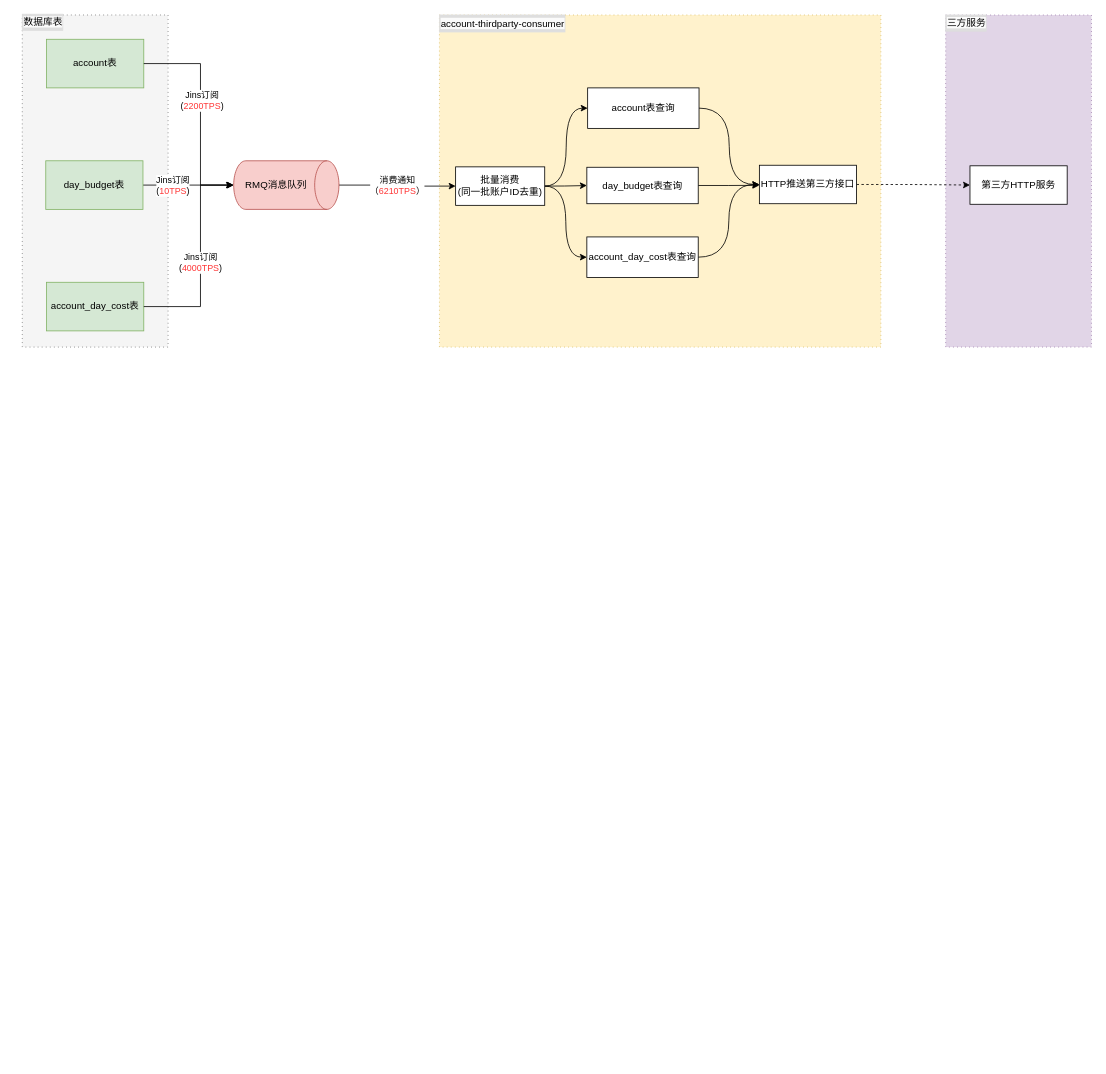
This is 账务变更通知架构图.drawio from qiangyin/zipkin-server, a draw.io file, before an edit. Source tidied: cells renumbered, new cells numbered last; positions are measured from the earlier drawing's top-left corner, leaving out a move shared by most shapes. Both pictures are drawn from the tidied source at 81%, with x=0, y=0 at pixel (22, 14).
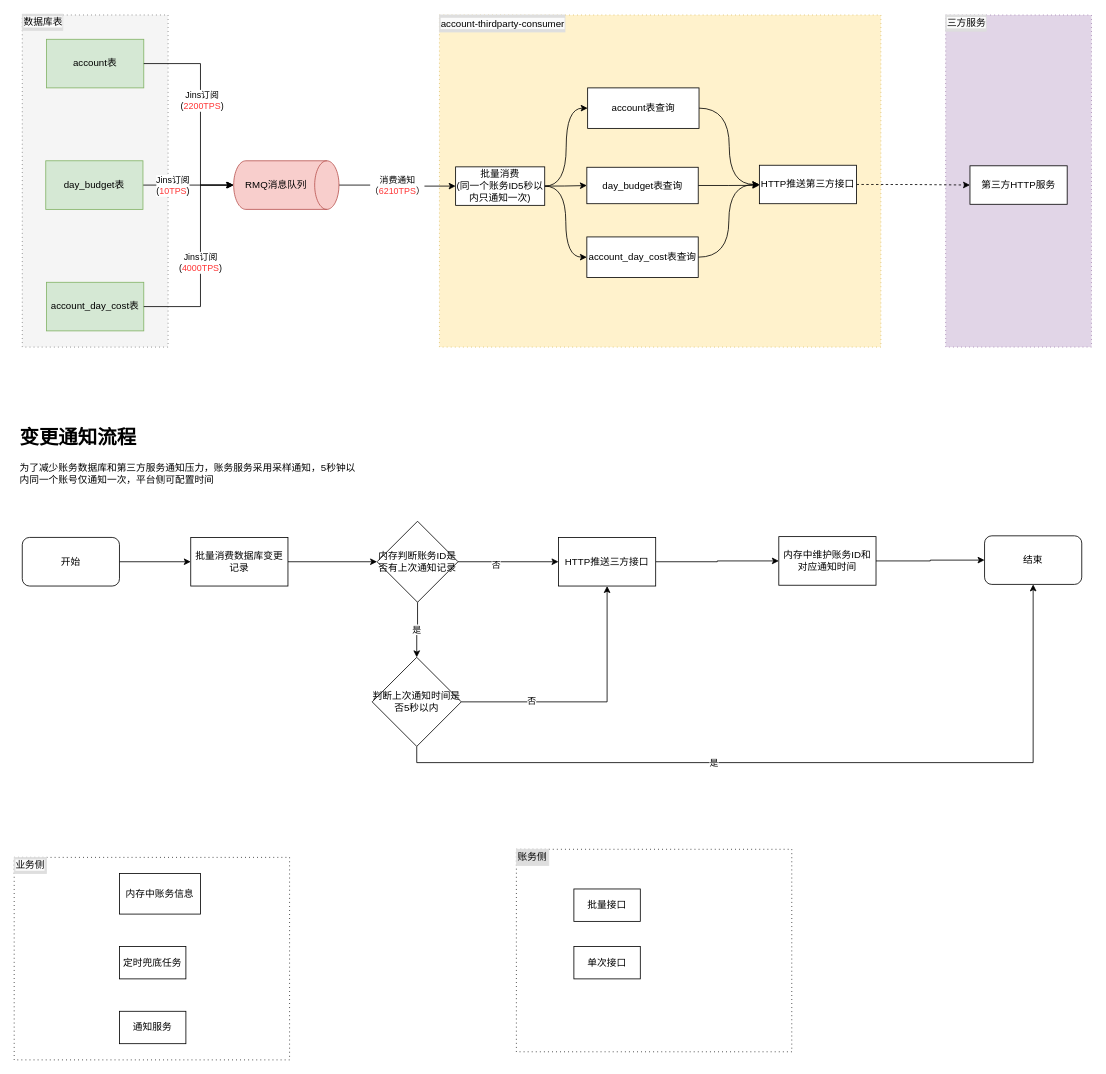
Above is the later version.

Commit message (it also covers changes not shown here):
更新账务变更通知架构图.drawio

The edit, as a diff of the source:
```diff
@@
-    <mxCell id="26" value="批量消费&lt;br&gt;(同一批账户ID去重)" style="rounded=0;whiteSpace=wrap;html=1;" parent="1" vertex="1">
+    <mxCell id="26" value="批量消费&lt;br&gt;(同一个账务ID5秒以内只通知一次)" style="rounded=0;whiteSpace=wrap;html=1;" parent="1" vertex="1">
       <mxGeometry x="535" y="188.5" width="110" height="47.5" as="geometry" />
     </mxCell>
@@
+    <mxCell id="32" style="edgeStyle=orthogonalEdgeStyle;rounded=0;jettySize=auto;html=1;exitX=1;exitY=0.5;exitDx=0;exitDy=0;entryX=0;entryY=0.5;entryDx=0;entryDy=0;" parent="1" edge="1" source="35" target="39">
+      <mxGeometry relative="1" as="geometry" />
+    </mxCell>
+    <mxCell id="33" style="edgeStyle=orthogonalEdgeStyle;rounded=0;jettySize=auto;html=1;exitX=1;exitY=0.5;exitDx=0;exitDy=0;entryX=0;entryY=0.5;entryDx=0;entryDy=0;" parent="1" edge="1" source="34" target="35">
+      <mxGeometry relative="1" as="geometry" />
+    </mxCell>
+    <mxCell id="34" value="开始" style="rounded=1;whiteSpace=wrap;html=1;" parent="1" vertex="1">
+      <mxGeometry y="646" width="120" height="60" as="geometry" />
+    </mxCell>
+    <mxCell id="35" value="批量消费数据库变更记录" style="rounded=0;whiteSpace=wrap;html=1;" parent="1" vertex="1">
+      <mxGeometry x="208" y="646" width="120" height="60" as="geometry" />
+    </mxCell>
+    <mxCell id="36" style="edgeStyle=orthogonalEdgeStyle;rounded=0;jettySize=auto;html=1;exitX=1;exitY=0.5;exitDx=0;exitDy=0;entryX=0;entryY=0.5;entryDx=0;entryDy=0;" parent="1" edge="1" source="39" target="47">
+      <mxGeometry relative="1" as="geometry" />
+    </mxCell>
+    <mxCell id="37" value="否" style="edgeLabel;html=1;align=center;verticalAlign=middle;" parent="36" vertex="1">
+      <mxGeometry x="-0.26" y="-3" relative="1" as="geometry" />
+    </mxCell>
+    <mxCell id="38" value="是" style="edgeStyle=orthogonalEdgeStyle;rounded=0;jettySize=auto;html=1;exitX=0.5;exitY=1;exitDx=0;exitDy=0;entryX=0.5;entryY=0;entryDx=0;entryDy=0;" parent="1" edge="1" source="39" target="45">
+      <mxGeometry relative="1" as="geometry" />
+    </mxCell>
+    <mxCell id="39" value="内存判断账务ID是否有上次通知记录" style="rhombus;whiteSpace=wrap;html=1;" parent="1" vertex="1">
+      <mxGeometry x="438" y="626" width="100" height="100" as="geometry" />
+    </mxCell>
+    <mxCell id="40" value="结束" style="rounded=1;whiteSpace=wrap;html=1;" parent="1" vertex="1">
+      <mxGeometry x="1188" y="644" width="120" height="60" as="geometry" />
+    </mxCell>
+    <mxCell id="41" style="edgeStyle=orthogonalEdgeStyle;rounded=0;jettySize=auto;html=1;exitX=1;exitY=0.5;exitDx=0;exitDy=0;entryX=0.5;entryY=1;entryDx=0;entryDy=0;" parent="1" edge="1" source="45" target="47">
+      <mxGeometry relative="1" as="geometry" />
+    </mxCell>
+    <mxCell id="42" value="否" style="edgeLabel;html=1;align=center;verticalAlign=middle;" parent="41" vertex="1">
+      <mxGeometry x="-0.34" y="2" relative="1" as="geometry">
+        <mxPoint x="-21" as="offset" />
+      </mxGeometry>
+    </mxCell>
+    <mxCell id="43" style="edgeStyle=orthogonalEdgeStyle;rounded=0;jettySize=auto;html=1;exitX=0.5;exitY=1;exitDx=0;exitDy=0;entryX=0.5;entryY=1;entryDx=0;entryDy=0;" parent="1" edge="1" source="45" target="40">
+      <mxGeometry relative="1" as="geometry" />
+    </mxCell>
+    <mxCell id="44" value="是" style="edgeLabel;html=1;align=center;verticalAlign=middle;" parent="43" vertex="1">
+      <mxGeometry x="-0.23" y="-5" relative="1" as="geometry">
+        <mxPoint x="1" y="-5" as="offset" />
+      </mxGeometry>
+    </mxCell>
+    <mxCell id="45" value="判断上次通知时间是否5秒以内" style="rhombus;whiteSpace=wrap;html=1;" parent="1" vertex="1">
+      <mxGeometry x="432" y="794" width="110" height="110" as="geometry" />
+    </mxCell>
+    <mxCell id="46" style="edgeStyle=orthogonalEdgeStyle;rounded=0;jettySize=auto;html=1;" parent="1" edge="1" source="47" target="49">
+      <mxGeometry relative="1" as="geometry" />
+    </mxCell>
+    <mxCell id="47" value="HTTP推送三方接口" style="whiteSpace=wrap;html=1;" parent="1" vertex="1">
+      <mxGeometry x="662" y="646" width="120" height="60" as="geometry" />
+    </mxCell>
+    <mxCell id="48" style="edgeStyle=orthogonalEdgeStyle;rounded=0;jettySize=auto;html=1;exitX=1;exitY=0.5;exitDx=0;exitDy=0;entryX=0;entryY=0.5;entryDx=0;entryDy=0;" parent="1" edge="1" source="49" target="40">
+      <mxGeometry relative="1" as="geometry" />
+    </mxCell>
+    <mxCell id="49" value="内存中维护账务ID和对应通知时间" style="whiteSpace=wrap;html=1;" parent="1" vertex="1">
+      <mxGeometry x="934" y="645" width="120" height="60" as="geometry" />
+    </mxCell>
+    <mxCell id="50" value="&lt;h1 style=&quot;margin-top: 0px;&quot;&gt;变更通知流程&lt;/h1&gt;&lt;p&gt;为了减少账务数据库和第三方服务通知压力，账务服务采用采样通知，5秒钟以内同一个账号仅通知一次，平台侧可配置时间&lt;/p&gt;" style="text;html=1;whiteSpace=wrap;overflow=hidden;rounded=0;" parent="1" vertex="1">
+      <mxGeometry x="-5" y="502" width="420" height="95" as="geometry" />
+    </mxCell>
+    <mxCell id="51" style="rounded=0;whiteSpace=wrap;html=1;dashed=1;dashPattern=1 4;" parent="1" vertex="1">
+      <mxGeometry x="-10" y="1041" width="340" height="250" as="geometry" />
+    </mxCell>
+    <mxCell id="52" value="&lt;span style=&quot;color: rgb(0, 0, 0); font-family: Helvetica; font-size: 12px; font-style: normal; font-variant-ligatures: normal; font-variant-caps: normal; font-weight: 400; letter-spacing: normal; orphans: 2; text-indent: 0px; text-transform: none; widows: 2; word-spacing: 0px; -webkit-text-stroke-width: 0px; white-space: normal; background-color: rgb(251, 251, 251); text-decoration-thickness: initial; text-decoration-style: initial; text-decoration-color: initial; float: none; display: inline !important;&quot;&gt;业务侧&lt;/span&gt;" style="text;html=1;align=left;verticalAlign=middle;whiteSpace=wrap;rounded=0;fillColor=#DEDEDE;strokeColor=#DEDEDE;fontColor=#333333;" parent="1" vertex="1">
+      <mxGeometry x="-10" y="1041" width="40" height="20" as="geometry" />
+    </mxCell>
+    <mxCell id="53" style="rounded=0;whiteSpace=wrap;html=1;dashed=1;dashPattern=1 4;" parent="1" vertex="1">
+      <mxGeometry x="610" y="1031" width="340" height="250" as="geometry" />
+    </mxCell>
+    <mxCell id="54" value="&lt;font color=&quot;#000000&quot;&gt;账务侧&lt;/font&gt;" style="text;html=1;align=left;verticalAlign=middle;whiteSpace=wrap;rounded=0;fillColor=#DEDEDE;strokeColor=#DEDEDE;fontColor=#333333;" parent="1" vertex="1">
+      <mxGeometry x="610" y="1031" width="40" height="20" as="geometry" />
+    </mxCell>
+    <mxCell id="55" value="定时兜底任务" style="rounded=0;whiteSpace=wrap;html=1;" parent="1" vertex="1">
+      <mxGeometry x="120" y="1151" width="82" height="40" as="geometry" />
+    </mxCell>
+    <mxCell id="56" value="内存中账务信息" style="rounded=0;whiteSpace=wrap;html=1;" parent="1" vertex="1">
+      <mxGeometry x="120" y="1061" width="100" height="50" as="geometry" />
+    </mxCell>
+    <mxCell id="57" value="通知服务" style="rounded=0;whiteSpace=wrap;html=1;" parent="1" vertex="1">
+      <mxGeometry x="120" y="1231" width="82" height="40" as="geometry" />
+    </mxCell>
+    <mxCell id="58" value="批量接口" style="rounded=0;whiteSpace=wrap;html=1;" parent="1" vertex="1">
+      <mxGeometry x="681" y="1080" width="82" height="40" as="geometry" />
+    </mxCell>
+    <mxCell id="59" value="单次接口" style="rounded=0;whiteSpace=wrap;html=1;" parent="1" vertex="1">
+      <mxGeometry x="681" y="1151" width="82" height="40" as="geometry" />
+    </mxCell>
```
